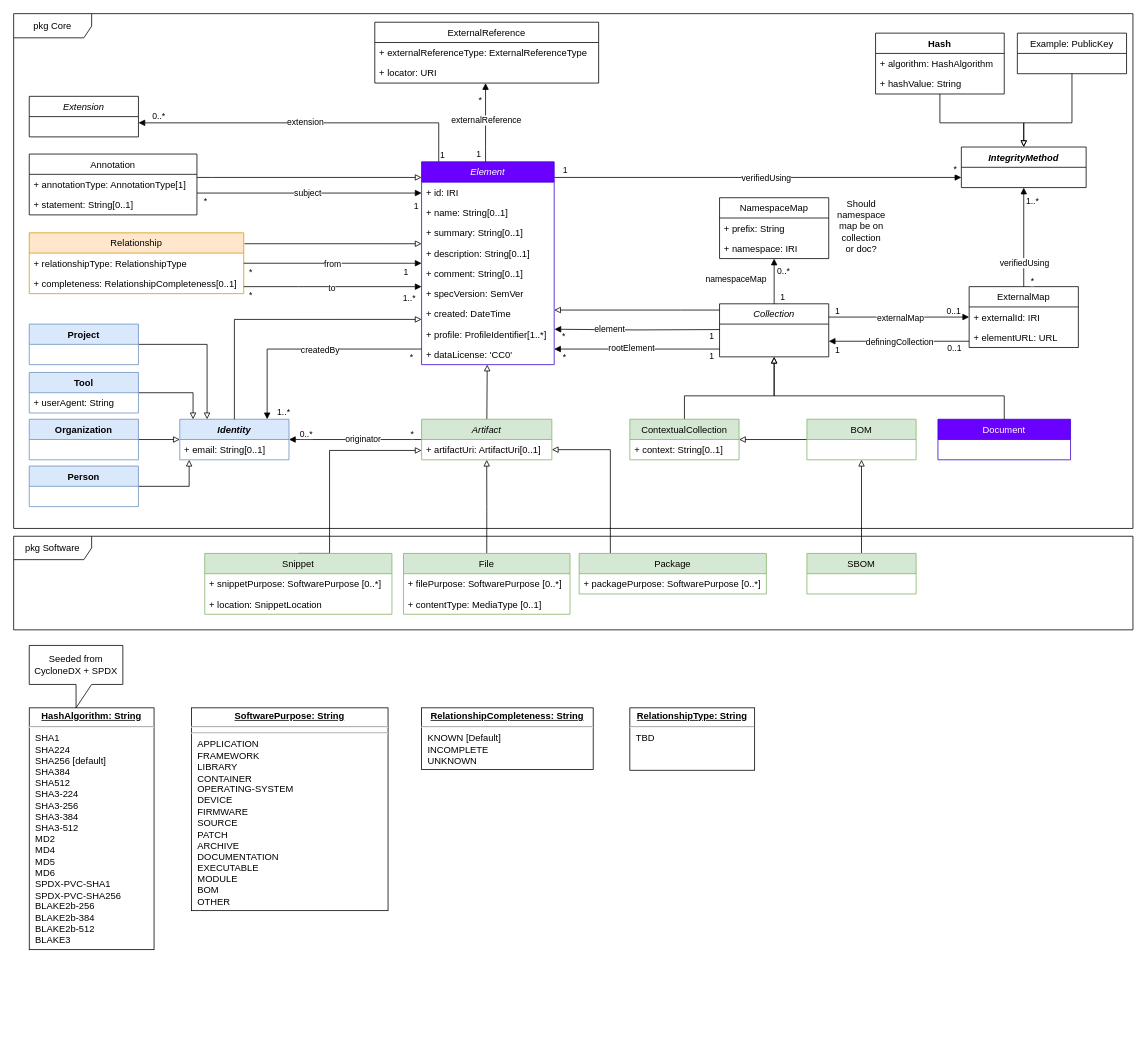
Above: tech/Model.drawio in spdx/meetings (draw.io), before the change. Source tidied: cells renumbered, new cells numbered last; positions are measured from the earlier drawing's top-left corner, leaving out a move shared by most shapes. Both pictures are drawn from the tidied source at 78%, with x=0, y=0 at pixel (13, 13).
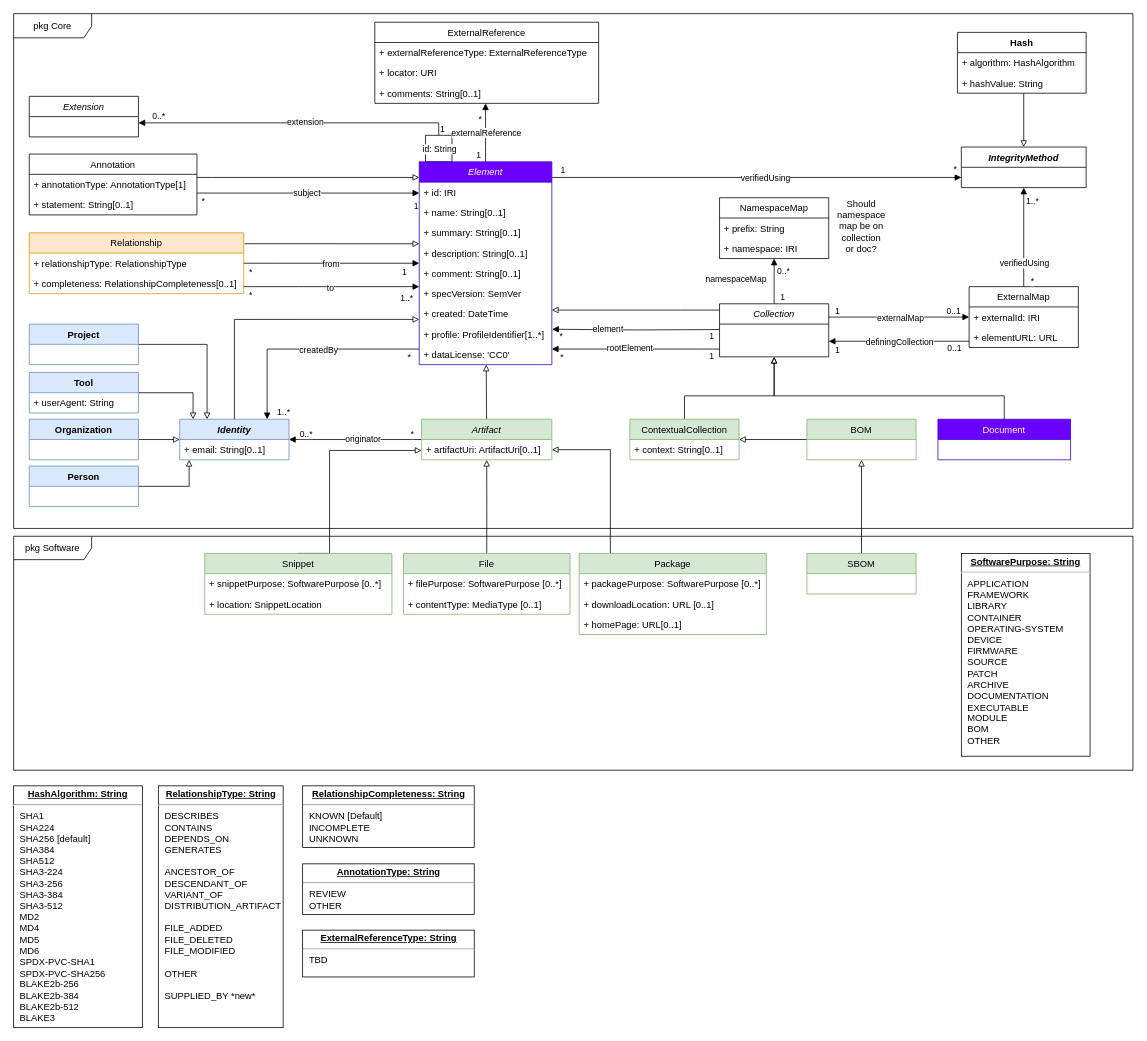
Above is the later version.

Commit message (it also covers changes not shown here):
Update after 2022-03-29 tech meeting

The change refers to these unchanged cells:
```xml
<mxCell id="64" value="Extension" style="swimlane;fontStyle=2;horizontal=1;startSize=26;fillColor=none;" parent="1" vertex="1">
  <mxGeometry x="20" y="106" width="140" height="52" as="geometry" />
</mxCell>
<mxCell id="75" value="IntegrityMethod" style="swimlane;fontStyle=3;horizontal=1;startSize=26;fillColor=none;" parent="1" vertex="1">
  <mxGeometry x="1215" y="171" width="160" height="52" as="geometry" />
</mxCell>
```

What changed in the source:
```diff
@@
     <mxCell id="11" value="pkg Software" style="shape=umlFrame;whiteSpace=wrap;html=1;width=100;height=30;" parent="1" vertex="1">
-      <mxGeometry y="670" width="1435" height="120" as="geometry" />
+      <mxGeometry y="670" width="1435" height="300" as="geometry" />
     </mxCell>
@@
-    <mxCell id="57" style="endArrow=block;endFill=1;html=1;edgeStyle=orthogonalEdgeStyle;align=left;verticalAlign=top;rounded=0;" parent="1" edge="1" source="122" target="64">
+    <mxCell id="57" style="endArrow=block;endFill=1;html=1;edgeStyle=orthogonalEdgeStyle;align=left;verticalAlign=top;rounded=0;startArrow=box;startFill=0;startSize=32;" parent="1" edge="1" source="122" target="64">
       <mxGeometry x="-1" relative="1" as="geometry">
         <Array as="points">
           <mxPoint x="545" y="140" />
         </Array>
       </mxGeometry>
     </mxCell>
@@
     <mxCell id="59" value="1" style="edgeLabel;html=1;align=left;verticalAlign=bottom;" parent="57" vertex="1">
-      <mxGeometry x="-1" relative="1" as="geometry" />
+      <mxGeometry x="-1" relative="1" as="geometry">
+        <mxPoint y="-34" as="offset" />
+      </mxGeometry>
     </mxCell>
@@
+    <mxCell id="154" value="id: String" style="edgeLabel;html=1;align=center;verticalAlign=middle;" parent="57" vertex="1">
+      <mxGeometry x="-0.92" y="13" relative="1" as="geometry">
+        <mxPoint x="13" as="offset" />
+      </mxGeometry>
+    </mxCell>
@@
     <mxCell id="65" value="ExternalReference" style="swimlane;fontStyle=0;horizontal=1;startSize=26;fillColor=none;" parent="1" vertex="1">
-      <mxGeometry x="463" y="11" width="287" height="78" as="geometry" />
+      <mxGeometry x="463" y="11" width="287" height="104" as="geometry" />
     </mxCell>
@@
+    <mxCell id="155" value="+ comments: String[0..1]" style="text;strokeColor=none;fillColor=none;align=left;verticalAlign=top;spacingLeft=4;spacingRight=4;overflow=hidden;" parent="65" vertex="1">
+      <mxGeometry y="78" width="287" height="26" as="geometry" />
+    </mxCell>
@@
-    <mxCell id="72" value="&lt;p style=&quot;margin: 0px ; margin-top: 4px ; text-align: center ; text-decoration: underline&quot;&gt;&lt;b&gt;HashAlgorithm: String&lt;/b&gt;&lt;/p&gt;&lt;hr&gt;&lt;p style=&quot;margin: 0px ; margin-left: 8px&quot;&gt;SHA1&lt;/p&gt;&lt;p style=&quot;margin: 0px ; margin-left: 8px&quot;&gt;SHA224&lt;/p&gt;&lt;p style=&quot;margin: 0px ; margin-left: 8px&quot;&gt;SHA256 [default]&lt;/p&gt;&lt;p style=&quot;margin: 0px ; margin-left: 8px&quot;&gt;SHA384&lt;/p&gt;&lt;p style=&quot;margin: 0px ; margin-left: 8px&quot;&gt;SHA512&lt;/p&gt;&lt;p style=&quot;margin: 0px ; margin-left: 8px&quot;&gt;SHA3-224&lt;/p&gt;&lt;p style=&quot;margin: 0px ; margin-left: 8px&quot;&gt;SHA3-256&lt;/p&gt;&lt;p style=&quot;margin: 0px ; margin-left: 8px&quot;&gt;SHA3-384&lt;/p&gt;&lt;p style=&quot;margin: 0px ; margin-left: 8px&quot;&gt;SHA3-512&lt;/p&gt;&lt;p style=&quot;margin: 0px ; margin-left: 8px&quot;&gt;MD2&lt;/p&gt;&lt;p style=&quot;margin: 0px ; margin-left: 8px&quot;&gt;MD4&lt;/p&gt;&lt;p style=&quot;margin: 0px ; margin-left: 8px&quot;&gt;MD5&lt;/p&gt;&lt;p style=&quot;margin: 0px ; margin-left: 8px&quot;&gt;MD6&lt;/p&gt;&lt;p style=&quot;margin: 0px ; margin-left: 8px&quot;&gt;SPDX-PVC-SHA1&lt;/p&gt;&lt;p style=&quot;margin: 0px ; margin-left: 8px&quot;&gt;SPDX-PVC-SHA256&lt;/p&gt;&lt;p style=&quot;margin: 0px ; margin-left: 8px&quot;&gt;BLAKE2b-256&lt;/p&gt;&lt;p style=&quot;margin: 0px ; margin-left: 8px&quot;&gt;BLAKE2b-384&lt;/p&gt;&lt;p style=&quot;margin: 0px ; margin-left: 8px&quot;&gt;BLAKE2b-512&lt;/p&gt;&lt;p style=&quot;margin: 0px ; margin-left: 8px&quot;&gt;BLAKE3&lt;/p&gt;" style="verticalAlign=top;align=left;overflow=fill;fontSize=12;fontFamily=Helvetica;html=1;" parent="1" vertex="1">
-      <mxGeometry x="20" y="890" width="160" height="310" as="geometry" />
-    </mxCell>
-    <mxCell id="73" value="Seeded from CycloneDX + SPDX" style="shape=callout;whiteSpace=wrap;html=1;perimeter=calloutPerimeter;" parent="1" vertex="1">
-      <mxGeometry x="20" y="810" width="120" height="80" as="geometry" />
-    </mxCell>
     <mxCell id="74" style="edgeStyle=orthogonalEdgeStyle;rounded=0;jettySize=auto;html=1;endArrow=block;endFill=0;" parent="1" edge="1" source="76" target="75">
       <mxGeometry relative="1" as="geometry">
         <Array as="points">
-          <mxPoint x="1188" y="140" />
-          <mxPoint x="1295" y="140" />
+          <mxPoint x="1295" y="130" />
+          <mxPoint x="1295" y="130" />
         </Array>
       </mxGeometry>
     </mxCell>
@@
     <mxCell id="76" value="Hash" style="swimlane;fontStyle=1;horizontal=1;startSize=26;fillColor=none;" parent="1" vertex="1">
-      <mxGeometry x="1105" y="25" width="165" height="78" as="geometry" />
+      <mxGeometry x="1210" y="24" width="165" height="78" as="geometry" />
     </mxCell>
@@
     <mxCell id="80" value="Package" style="swimlane;fontStyle=0;horizontal=1;startSize=26;fillColor=#d5e8d4;strokeColor=#82b366;" parent="1" vertex="1">
-      <mxGeometry x="725" y="692" width="240" height="52" as="geometry" />
+      <mxGeometry x="725" y="692" width="240" height="104" as="geometry" />
     </mxCell>
@@
+    <mxCell id="156" value="+ downloadLocation: URL [0..1]" style="text;strokeColor=none;fillColor=none;align=left;verticalAlign=top;spacingLeft=4;spacingRight=4;overflow=hidden;" parent="80" vertex="1">
+      <mxGeometry y="52" width="240" height="26" as="geometry" />
+    </mxCell>
+    <mxCell id="157" value="+ homePage: URL[0..1]" style="text;strokeColor=none;fillColor=none;align=left;verticalAlign=top;spacingLeft=4;spacingRight=4;overflow=hidden;" parent="80" vertex="1">
+      <mxGeometry y="78" width="240" height="26" as="geometry" />
+    </mxCell>
@@
-    <mxCell id="97" value="&lt;p style=&quot;margin: 0px ; margin-top: 4px ; text-align: center ; text-decoration: underline&quot;&gt;&lt;b&gt;RelationshipCompleteness: String&lt;/b&gt;&lt;/p&gt;&lt;hr&gt;&lt;p style=&quot;margin: 0px ; margin-left: 8px&quot;&gt;&lt;span&gt;KNOWN [Default]&lt;/span&gt;&lt;br&gt;&lt;/p&gt;&lt;p style=&quot;margin: 0px ; margin-left: 8px&quot;&gt;INCOMPLETE&lt;/p&gt;&lt;p style=&quot;margin: 0px 0px 0px 8px&quot;&gt;UNKNOWN&lt;br&gt;&lt;/p&gt;&lt;div&gt;&lt;br&gt;&lt;/div&gt;" style="verticalAlign=top;align=left;overflow=fill;fontSize=12;fontFamily=Helvetica;html=1;" parent="1" vertex="1">
-      <mxGeometry x="523" y="890" width="220" height="79" as="geometry" />
-    </mxCell>
@@
-    <mxCell id="104" style="edgeStyle=orthogonalEdgeStyle;rounded=0;jettySize=auto;html=1;endArrow=block;endFill=0;" parent="1" edge="1" source="105" target="75">
-      <mxGeometry relative="1" as="geometry">
-        <Array as="points">
-          <mxPoint x="1357" y="140" />
-          <mxPoint x="1295" y="140" />
-        </Array>
-      </mxGeometry>
-    </mxCell>
-    <mxCell id="105" value="Example: PublicKey" style="swimlane;fontStyle=0;horizontal=1;startSize=26;fillColor=none;" parent="1" vertex="1">
-      <mxGeometry x="1286.8" y="25" width="140" height="52" as="geometry" />
-    </mxCell>
@@
-    <mxCell id="110" value="&lt;p style=&quot;margin: 0px ; margin-top: 4px ; text-align: center ; text-decoration: underline&quot;&gt;&lt;b&gt;SoftwarePurpose: String&lt;/b&gt;&lt;/p&gt;&lt;hr&gt;&lt;hr&gt;&lt;p style=&quot;margin: 0px 0px 0px 8px&quot;&gt;APPLICATION&lt;/p&gt;&lt;p style=&quot;margin: 0px 0px 0px 8px&quot;&gt;FRAMEWORK&lt;/p&gt;&lt;p style=&quot;margin: 0px 0px 0px 8px&quot;&gt;LIBRARY&lt;/p&gt;&lt;p style=&quot;margin: 0px 0px 0px 8px&quot;&gt;CONTAINER&lt;/p&gt;&lt;p style=&quot;margin: 0px 0px 0px 8px&quot;&gt;OPERATING-SYSTEM&lt;/p&gt;&lt;p style=&quot;margin: 0px 0px 0px 8px&quot;&gt;DEVICE&lt;/p&gt;&lt;p style=&quot;margin: 0px 0px 0px 8px&quot;&gt;FIRMWARE&lt;/p&gt;&lt;p style=&quot;margin: 0px 0px 0px 8px&quot;&gt;SOURCE&lt;/p&gt;&lt;p style=&quot;margin: 0px 0px 0px 8px&quot;&gt;&lt;span&gt;PATCH&lt;/span&gt;&lt;br&gt;&lt;/p&gt;&lt;p style=&quot;margin: 0px ; margin-left: 8px&quot;&gt;ARCHIVE&lt;/p&gt;&lt;p style=&quot;margin: 0px ; margin-left: 8px&quot;&gt;&lt;span&gt;DOCUMENTATION&lt;/span&gt;&lt;br&gt;&lt;/p&gt;&lt;p style=&quot;margin: 0px ; margin-left: 8px&quot;&gt;EXECUTABLE&lt;/p&gt;&lt;p style=&quot;margin: 0px ; margin-left: 8px&quot;&gt;&lt;span&gt;MODULE&lt;/span&gt;&lt;br&gt;&lt;/p&gt;&lt;p style=&quot;margin: 0px ; margin-left: 8px&quot;&gt;BOM&lt;/p&gt;&lt;p style=&quot;margin: 0px ; margin-left: 8px&quot;&gt;OTHER&lt;/p&gt;" style="verticalAlign=top;align=left;overflow=fill;fontSize=12;fontFamily=Helvetica;html=1;" parent="1" vertex="1">
-      <mxGeometry x="228" y="890" width="252" height="260" as="geometry" />
-    </mxCell>
@@
     <mxCell id="122" value="Element" style="swimlane;fontStyle=2;horizontal=1;startSize=26;fillColor=#6a00ff;strokeColor=#3700CC;fontColor=#ffffff;" parent="1" vertex="1">
-      <mxGeometry x="523" y="190" width="170" height="260" as="geometry" />
+      <mxGeometry x="520" y="190" width="170" height="260" as="geometry" />
     </mxCell>
@@
-    <mxCell id="153" value="&lt;p style=&quot;margin: 0px ; margin-top: 4px ; text-align: center ; text-decoration: underline&quot;&gt;&lt;b&gt;RelationshipType: String&lt;/b&gt;&lt;/p&gt;&lt;hr&gt;&lt;p style=&quot;margin: 0px ; margin-left: 8px&quot;&gt;TBD&lt;/p&gt;" style="verticalAlign=top;align=left;overflow=fill;fontSize=12;fontFamily=Helvetica;html=1;" parent="1" vertex="1">
-      <mxGeometry x="790" y="890" width="160" height="80" as="geometry" />
-    </mxCell>
+    <mxCell id="158" value="&lt;p style=&quot;margin: 0px ; margin-top: 4px ; text-align: center ; text-decoration: underline&quot;&gt;&lt;b&gt;ExternalReferenceType: String&lt;/b&gt;&lt;/p&gt;&lt;hr&gt;&lt;p style=&quot;margin: 0px ; margin-left: 8px&quot;&gt;TBD&lt;/p&gt;" style="verticalAlign=top;align=left;overflow=fill;fontSize=12;fontFamily=Helvetica;html=1;" parent="1" vertex="1">
+      <mxGeometry x="370.5" y="1175" width="220" height="60" as="geometry" />
+    </mxCell>
+    <mxCell id="72" value="&lt;p style=&quot;margin: 0px ; margin-top: 4px ; text-align: center ; text-decoration: underline&quot;&gt;&lt;b&gt;HashAlgorithm: String&lt;/b&gt;&lt;/p&gt;&lt;hr&gt;&lt;p style=&quot;margin: 0px ; margin-left: 8px&quot;&gt;SHA1&lt;/p&gt;&lt;p style=&quot;margin: 0px ; margin-left: 8px&quot;&gt;SHA224&lt;/p&gt;&lt;p style=&quot;margin: 0px ; margin-left: 8px&quot;&gt;SHA256 [default]&lt;/p&gt;&lt;p style=&quot;margin: 0px ; margin-left: 8px&quot;&gt;SHA384&lt;/p&gt;&lt;p style=&quot;margin: 0px ; margin-left: 8px&quot;&gt;SHA512&lt;/p&gt;&lt;p style=&quot;margin: 0px ; margin-left: 8px&quot;&gt;SHA3-224&lt;/p&gt;&lt;p style=&quot;margin: 0px ; margin-left: 8px&quot;&gt;SHA3-256&lt;/p&gt;&lt;p style=&quot;margin: 0px ; margin-left: 8px&quot;&gt;SHA3-384&lt;/p&gt;&lt;p style=&quot;margin: 0px ; margin-left: 8px&quot;&gt;SHA3-512&lt;/p&gt;&lt;p style=&quot;margin: 0px ; margin-left: 8px&quot;&gt;MD2&lt;/p&gt;&lt;p style=&quot;margin: 0px ; margin-left: 8px&quot;&gt;MD4&lt;/p&gt;&lt;p style=&quot;margin: 0px ; margin-left: 8px&quot;&gt;MD5&lt;/p&gt;&lt;p style=&quot;margin: 0px ; margin-left: 8px&quot;&gt;MD6&lt;/p&gt;&lt;p style=&quot;margin: 0px ; margin-left: 8px&quot;&gt;SPDX-PVC-SHA1&lt;/p&gt;&lt;p style=&quot;margin: 0px ; margin-left: 8px&quot;&gt;SPDX-PVC-SHA256&lt;/p&gt;&lt;p style=&quot;margin: 0px ; margin-left: 8px&quot;&gt;BLAKE2b-256&lt;/p&gt;&lt;p style=&quot;margin: 0px ; margin-left: 8px&quot;&gt;BLAKE2b-384&lt;/p&gt;&lt;p style=&quot;margin: 0px ; margin-left: 8px&quot;&gt;BLAKE2b-512&lt;/p&gt;&lt;p style=&quot;margin: 0px ; margin-left: 8px&quot;&gt;BLAKE3&lt;/p&gt;" style="verticalAlign=top;align=left;overflow=fill;fontSize=12;fontFamily=Helvetica;html=1;" parent="1" vertex="1">
+      <mxGeometry y="990" width="165" height="310" as="geometry" />
+    </mxCell>
+    <mxCell id="97" value="&lt;p style=&quot;margin: 0px ; margin-top: 4px ; text-align: center ; text-decoration: underline&quot;&gt;&lt;b&gt;RelationshipCompleteness: String&lt;/b&gt;&lt;/p&gt;&lt;hr&gt;&lt;p style=&quot;margin: 0px ; margin-left: 8px&quot;&gt;&lt;span&gt;KNOWN [Default]&lt;/span&gt;&lt;br&gt;&lt;/p&gt;&lt;p style=&quot;margin: 0px ; margin-left: 8px&quot;&gt;INCOMPLETE&lt;/p&gt;&lt;p style=&quot;margin: 0px 0px 0px 8px&quot;&gt;UNKNOWN&lt;br&gt;&lt;/p&gt;&lt;div&gt;&lt;br&gt;&lt;/div&gt;" style="verticalAlign=top;align=left;overflow=fill;fontSize=12;fontFamily=Helvetica;html=1;" parent="1" vertex="1">
+      <mxGeometry x="370.5" y="990" width="220" height="79" as="geometry" />
+    </mxCell>
+    <mxCell id="159" value="&lt;p style=&quot;margin: 0px ; margin-top: 4px ; text-align: center ; text-decoration: underline&quot;&gt;&lt;b&gt;RelationshipType: String&lt;/b&gt;&lt;/p&gt;&lt;hr&gt;&lt;p style=&quot;margin: 0px ; margin-left: 8px&quot;&gt;DESCRIBES&lt;/p&gt;&lt;p style=&quot;margin: 0px ; margin-left: 8px&quot;&gt;CONTAINS&lt;/p&gt;&lt;p style=&quot;margin: 0px ; margin-left: 8px&quot;&gt;DEPENDS_ON&lt;/p&gt;&lt;p style=&quot;margin: 0px ; margin-left: 8px&quot;&gt;GENERATES&lt;/p&gt;&lt;p style=&quot;margin: 0px ; margin-left: 8px&quot;&gt;&lt;br&gt;&lt;/p&gt;&lt;p style=&quot;margin: 0px ; margin-left: 8px&quot;&gt;ANCESTOR_OF&lt;/p&gt;&lt;p style=&quot;margin: 0px ; margin-left: 8px&quot;&gt;DESCENDANT_OF&lt;/p&gt;&lt;p style=&quot;margin: 0px ; margin-left: 8px&quot;&gt;VARIANT_OF&lt;/p&gt;&lt;p style=&quot;margin: 0px ; margin-left: 8px&quot;&gt;DISTRIBUTION_ARTIFACT&lt;/p&gt;&lt;p style=&quot;margin: 0px ; margin-left: 8px&quot;&gt;&lt;br&gt;&lt;/p&gt;&lt;p style=&quot;margin: 0px ; margin-left: 8px&quot;&gt;FILE_ADDED&lt;/p&gt;&lt;p style=&quot;margin: 0px ; margin-left: 8px&quot;&gt;FILE_DELETED&lt;/p&gt;&lt;p style=&quot;margin: 0px ; margin-left: 8px&quot;&gt;FILE_MODIFIED&lt;/p&gt;&lt;p style=&quot;margin: 0px ; margin-left: 8px&quot;&gt;&lt;br&gt;&lt;/p&gt;&lt;p style=&quot;margin: 0px ; margin-left: 8px&quot;&gt;OTHER&lt;/p&gt;&lt;p style=&quot;margin: 0px ; margin-left: 8px&quot;&gt;&lt;br&gt;&lt;/p&gt;&lt;p style=&quot;margin: 0px ; margin-left: 8px&quot;&gt;SUPPLIED_BY *new*&lt;/p&gt;" style="verticalAlign=top;align=left;overflow=fill;fontSize=12;fontFamily=Helvetica;html=1;" parent="1" vertex="1">
+      <mxGeometry x="185.5" y="990" width="160" height="310" as="geometry" />
+    </mxCell>
+    <mxCell id="110" value="&lt;p style=&quot;margin: 0px ; margin-top: 4px ; text-align: center ; text-decoration: underline&quot;&gt;&lt;b&gt;SoftwarePurpose: String&lt;/b&gt;&lt;/p&gt;&lt;hr&gt;&lt;p style=&quot;margin: 0px 0px 0px 8px&quot;&gt;APPLICATION&lt;/p&gt;&lt;p style=&quot;margin: 0px 0px 0px 8px&quot;&gt;FRAMEWORK&lt;/p&gt;&lt;p style=&quot;margin: 0px 0px 0px 8px&quot;&gt;LIBRARY&lt;/p&gt;&lt;p style=&quot;margin: 0px 0px 0px 8px&quot;&gt;CONTAINER&lt;/p&gt;&lt;p style=&quot;margin: 0px 0px 0px 8px&quot;&gt;OPERATING-SYSTEM&lt;/p&gt;&lt;p style=&quot;margin: 0px 0px 0px 8px&quot;&gt;DEVICE&lt;/p&gt;&lt;p style=&quot;margin: 0px 0px 0px 8px&quot;&gt;FIRMWARE&lt;/p&gt;&lt;p style=&quot;margin: 0px 0px 0px 8px&quot;&gt;SOURCE&lt;/p&gt;&lt;p style=&quot;margin: 0px 0px 0px 8px&quot;&gt;PATCH&lt;br&gt;&lt;/p&gt;&lt;p style=&quot;margin: 0px 0px 0px 8px&quot;&gt;ARCHIVE&lt;/p&gt;&lt;p style=&quot;margin: 0px 0px 0px 8px&quot;&gt;DOCUMENTATION&lt;br&gt;&lt;/p&gt;&lt;p style=&quot;margin: 0px 0px 0px 8px&quot;&gt;EXECUTABLE&lt;/p&gt;&lt;p style=&quot;margin: 0px 0px 0px 8px&quot;&gt;MODULE&lt;br&gt;&lt;/p&gt;&lt;p style=&quot;margin: 0px 0px 0px 8px&quot;&gt;BOM&lt;/p&gt;&lt;p style=&quot;margin: 0px 0px 0px 8px&quot;&gt;OTHER&lt;/p&gt;" style="verticalAlign=top;align=left;overflow=fill;fontSize=12;fontFamily=Helvetica;html=1;" parent="1" vertex="1">
+      <mxGeometry x="1215" y="692" width="165" height="260" as="geometry" />
+    </mxCell>
+    <mxCell id="160" value="&lt;p style=&quot;margin: 0px ; margin-top: 4px ; text-align: center ; text-decoration: underline&quot;&gt;&lt;b&gt;AnnotationType: String&lt;/b&gt;&lt;/p&gt;&lt;hr&gt;&lt;p style=&quot;margin: 0px ; margin-left: 8px&quot;&gt;REVIEW&lt;/p&gt;&lt;p style=&quot;margin: 0px ; margin-left: 8px&quot;&gt;OTHER&lt;/p&gt;" style="verticalAlign=top;align=left;overflow=fill;fontSize=12;fontFamily=Helvetica;html=1;" parent="1" vertex="1">
+      <mxGeometry x="370.5" y="1090" width="220" height="65" as="geometry" />
+    </mxCell>
```
